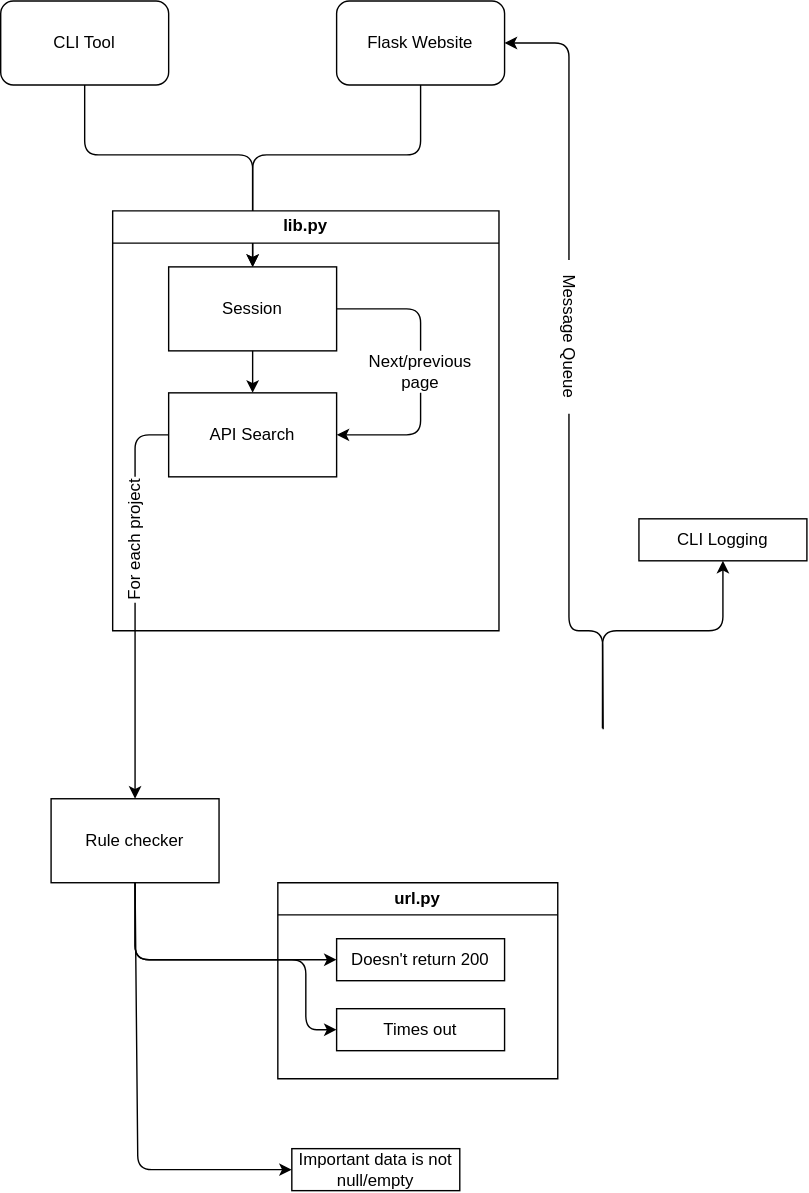
3top1a/biotools-linter keeps this draw.io diagram as architecture.drawio.svg. Above is the earlier version. Source tidied: cells renumbered, new cells last; positions are measured from the earlier drawing's top-left corner, leaving out a move shared by most shapes.
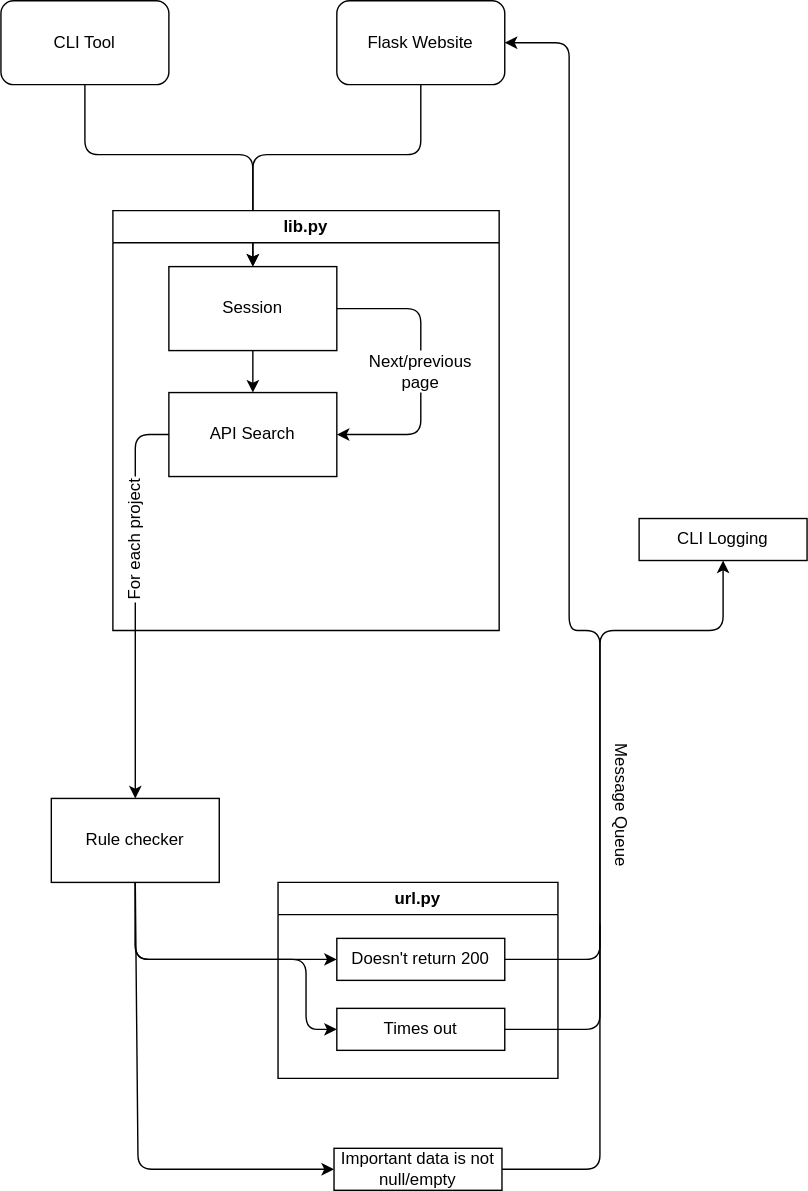
The same diagram one commit later.

Change to the diagram source:
```diff
@@ -66,42 +66,45 @@
         </Array>
       </mxGeometry>
     </mxCell>
-    <mxCell id="16" style="edgeStyle=none;html=1;entryX=0.5;entryY=1;entryDx=0;entryDy=0;exitX=0.906;exitY=-0.001;exitDx=0;exitDy=0;exitPerimeter=0;" parent="1" edge="1" target="18">
+    <mxCell id="16" style="edgeStyle=none;html=1;entryX=0.5;entryY=1;entryDx=0;entryDy=0;exitX=1;exitY=0.5;exitDx=0;exitDy=0;" parent="1" edge="1" source="26" target="18">
       <mxGeometry relative="1" as="geometry">
-        <mxPoint x="429.9" y="519.6" as="sourcePoint" />
         <Array as="points">
-          <mxPoint x="430" y="450" />
+          <mxPoint x="428" y="735" />
+          <mxPoint x="428" y="450" />
+          <mxPoint x="478" y="450" />
           <mxPoint x="516" y="450" />
         </Array>
       </mxGeometry>
     </mxCell>
-    <mxCell id="17" style="edgeStyle=none;html=1;exitX=0;exitY=0.5;exitDx=0;exitDy=0;entryX=1;entryY=0.5;entryDx=0;entryDy=0;startArrow=none;" parent="1" edge="1" source="20" target="5">
-      <mxGeometry relative="1" as="geometry">
-        <Array as="points">
-          <mxPoint x="406" y="30" />
-        </Array>
-      </mxGeometry>
-    </mxCell>
     <mxCell id="18" value="CLI Logging" style="rounded=0;whiteSpace=wrap;html=1;" parent="1" vertex="1">
       <mxGeometry x="456" y="370" width="120" height="30" as="geometry" />
     </mxCell>
-    <mxCell id="19" style="edgeStyle=none;html=1;exitX=0.907;exitY=0.001;exitDx=0;exitDy=0;entryX=1;entryY=0.5;entryDx=0;entryDy=0;exitPerimeter=0;endArrow=none;" parent="1" edge="1" target="20">
+    <mxCell id="19" style="edgeStyle=none;html=1;exitX=1;exitY=0.5;exitDx=0;exitDy=0;endArrow=classic;entryX=1;entryY=0.5;entryDx=0;entryDy=0;endFill=1;" parent="1" edge="1" source="27" target="5">
       <mxGeometry relative="1" as="geometry">
-        <mxPoint x="430.4" y="520.4" as="sourcePoint" />
         <Array as="points">
-          <mxPoint x="430" y="450" />
+          <mxPoint x="428" y="685" />
+          <mxPoint x="428" y="450" />
           <mxPoint x="406" y="450" />
+          <mxPoint x="406" y="30" />
         </Array>
       </mxGeometry>
     </mxCell>
     <mxCell id="20" value="Message Queue" style="text;html=1;strokeColor=none;fillColor=none;align=center;verticalAlign=middle;whiteSpace=wrap;rounded=0;rotation=90;" parent="1" vertex="1">
-      <mxGeometry x="351" y="225" width="110" height="30" as="geometry" />
+      <mxGeometry x="388" y="560" width="110" height="30" as="geometry" />
     </mxCell>
     <mxCell id="21" value="Rule checker" style="rounded=0;whiteSpace=wrap;html=1;" parent="1" vertex="1">
       <mxGeometry x="36" y="570" width="120" height="60" as="geometry" />
     </mxCell>
+    <mxCell id="29" style="edgeStyle=none;html=1;exitX=1;exitY=0.5;exitDx=0;exitDy=0;endArrow=none;endFill=0;" parent="1" edge="1" source="22">
+      <mxGeometry relative="1" as="geometry">
+        <mxPoint x="428" y="660" as="targetPoint" />
+        <Array as="points">
+          <mxPoint x="428" y="835" />
+        </Array>
+      </mxGeometry>
+    </mxCell>
     <mxCell id="22" value="Important data is not null/empty" style="rounded=0;whiteSpace=wrap;html=1;" parent="1" vertex="1">
-      <mxGeometry x="208" y="820" width="120" height="30" as="geometry" />
+      <mxGeometry x="238" y="820" width="120" height="30" as="geometry" />
     </mxCell>
     <mxCell id="23" style="edgeStyle=none;html=1;exitX=0.5;exitY=1;exitDx=0;exitDy=0;entryX=0;entryY=0.5;entryDx=0;entryDy=0;" parent="1" edge="1" source="21" target="27">
       <mxGeometry relative="1" as="geometry">
```
